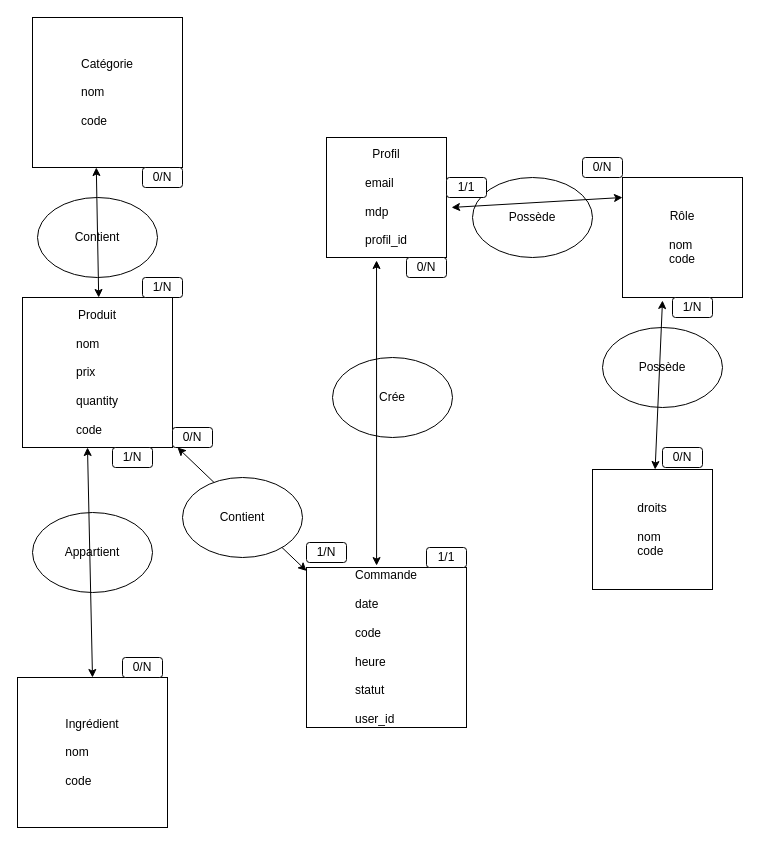
Before: Diagramme sans nom.drawio in EmileHENRY/Draw.io, a draw.io diagram. Source tidied: cells renumbered, new cells numbered last; positions are measured from the earlier drawing's top-left corner, leaving out a move shared by most shapes. Both pictures are drawn from the tidied source at 100%, with x=0, y=0 at pixel (17, 17).
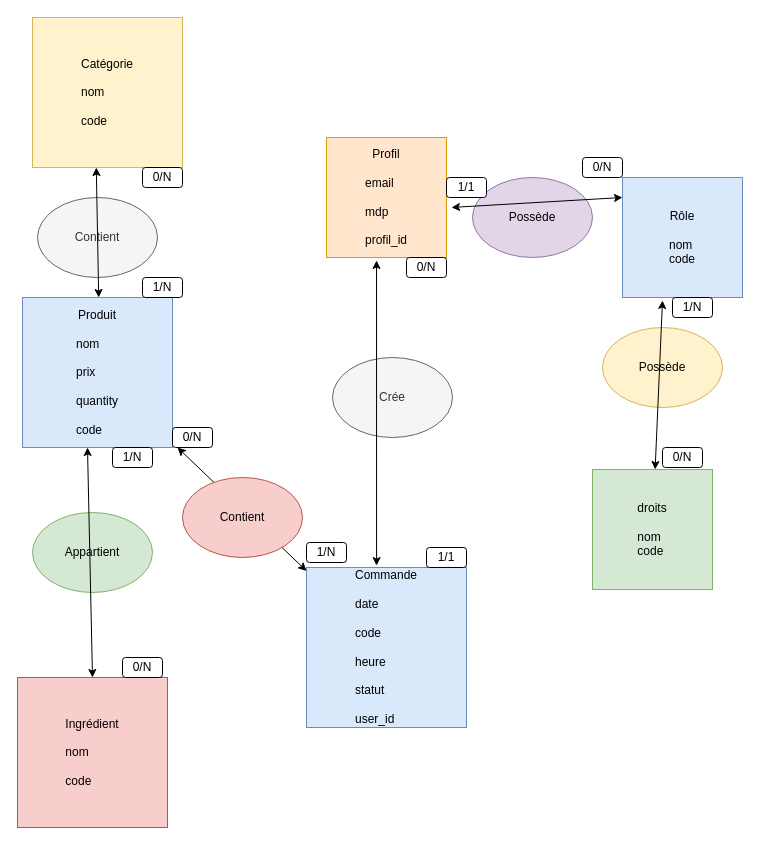
After the change.

Commit message:
Mettre à jour Diagramme MLD s07e07.drawio

What changed in the source:
```diff
@@
-    <mxCell id="2" value="Profil&lt;br&gt;&lt;br&gt;&lt;div style=&quot;text-align: justify;&quot;&gt;&lt;span style=&quot;background-color: initial;&quot;&gt;email&lt;/span&gt;&lt;/div&gt;&lt;div style=&quot;text-align: justify;&quot;&gt;&lt;br&gt;&lt;/div&gt;&lt;div style=&quot;text-align: justify;&quot;&gt;&lt;span style=&quot;background-color: initial;&quot;&gt;mdp&lt;/span&gt;&lt;/div&gt;&lt;div style=&quot;text-align: justify;&quot;&gt;&lt;br&gt;&lt;/div&gt;&lt;div style=&quot;text-align: justify;&quot;&gt;&lt;span style=&quot;background-color: initial;&quot;&gt;profil_id&lt;/span&gt;&lt;/div&gt;" style="whiteSpace=wrap;html=1;" parent="1" vertex="1">
+    <mxCell id="2" value="Profil&lt;br&gt;&lt;br&gt;&lt;div style=&quot;text-align: justify;&quot;&gt;&lt;span style=&quot;background-color: initial;&quot;&gt;email&lt;/span&gt;&lt;/div&gt;&lt;div style=&quot;text-align: justify;&quot;&gt;&lt;br&gt;&lt;/div&gt;&lt;div style=&quot;text-align: justify;&quot;&gt;&lt;span style=&quot;background-color: initial;&quot;&gt;mdp&lt;/span&gt;&lt;/div&gt;&lt;div style=&quot;text-align: justify;&quot;&gt;&lt;br&gt;&lt;/div&gt;&lt;div style=&quot;text-align: justify;&quot;&gt;&lt;span style=&quot;background-color: initial;&quot;&gt;profil_id&lt;/span&gt;&lt;/div&gt;" style="whiteSpace=wrap;html=1;fillColor=#ffe6cc;strokeColor=#d79b00;" parent="1" vertex="1">
       <mxGeometry x="309" y="120" width="120" height="120" as="geometry" />
     </mxCell>
-    <mxCell id="3" value="Rôle&lt;br&gt;&lt;div style=&quot;text-align: justify;&quot;&gt;&lt;br&gt;&lt;/div&gt;&lt;div style=&quot;text-align: justify;&quot;&gt;nom&lt;/div&gt;&lt;div style=&quot;text-align: justify;&quot;&gt;code&lt;/div&gt;" style="whiteSpace=wrap;html=1;" parent="1" vertex="1">
+    <mxCell id="3" value="Rôle&lt;br&gt;&lt;div style=&quot;text-align: justify;&quot;&gt;&lt;br&gt;&lt;/div&gt;&lt;div style=&quot;text-align: justify;&quot;&gt;nom&lt;/div&gt;&lt;div style=&quot;text-align: justify;&quot;&gt;code&lt;/div&gt;" style="whiteSpace=wrap;html=1;fillColor=#dae8fc;strokeColor=#6c8ebf;" parent="1" vertex="1">
       <mxGeometry x="605" y="160" width="120" height="120" as="geometry" />
     </mxCell>
-    <mxCell id="4" value="droits&lt;br&gt;&lt;div style=&quot;text-align: justify;&quot;&gt;&lt;br&gt;&lt;/div&gt;&lt;div style=&quot;text-align: justify;&quot;&gt;nom&lt;/div&gt;&lt;div style=&quot;text-align: justify;&quot;&gt;code&lt;/div&gt;" style="whiteSpace=wrap;html=1;" parent="1" vertex="1">
+    <mxCell id="4" value="droits&lt;br&gt;&lt;div style=&quot;text-align: justify;&quot;&gt;&lt;br&gt;&lt;/div&gt;&lt;div style=&quot;text-align: justify;&quot;&gt;nom&lt;/div&gt;&lt;div style=&quot;text-align: justify;&quot;&gt;code&lt;/div&gt;" style="whiteSpace=wrap;html=1;fillColor=#d5e8d4;strokeColor=#82b366;" parent="1" vertex="1">
       <mxGeometry x="575" y="452" width="120" height="120" as="geometry" />
     </mxCell>
-    <mxCell id="5" value="Commande&lt;br&gt;&lt;br&gt;&lt;div style=&quot;text-align: justify;&quot;&gt;date&lt;/div&gt;&lt;div style=&quot;text-align: justify;&quot;&gt;&lt;br&gt;&lt;/div&gt;&lt;div style=&quot;text-align: justify;&quot;&gt;code&lt;/div&gt;&lt;div style=&quot;text-align: justify;&quot;&gt;&lt;br&gt;&lt;/div&gt;&lt;div style=&quot;text-align: justify;&quot;&gt;heure&lt;/div&gt;&lt;div style=&quot;text-align: justify;&quot;&gt;&lt;br&gt;&lt;/div&gt;&lt;div style=&quot;text-align: justify;&quot;&gt;statut&lt;/div&gt;&lt;div style=&quot;text-align: justify;&quot;&gt;&lt;br&gt;&lt;/div&gt;&lt;div style=&quot;text-align: justify;&quot;&gt;user_id&lt;/div&gt;" style="whiteSpace=wrap;html=1;" parent="1" vertex="1">
+    <mxCell id="5" value="Commande&lt;br&gt;&lt;br&gt;&lt;div style=&quot;text-align: justify;&quot;&gt;date&lt;/div&gt;&lt;div style=&quot;text-align: justify;&quot;&gt;&lt;br&gt;&lt;/div&gt;&lt;div style=&quot;text-align: justify;&quot;&gt;code&lt;/div&gt;&lt;div style=&quot;text-align: justify;&quot;&gt;&lt;br&gt;&lt;/div&gt;&lt;div style=&quot;text-align: justify;&quot;&gt;heure&lt;/div&gt;&lt;div style=&quot;text-align: justify;&quot;&gt;&lt;br&gt;&lt;/div&gt;&lt;div style=&quot;text-align: justify;&quot;&gt;statut&lt;/div&gt;&lt;div style=&quot;text-align: justify;&quot;&gt;&lt;br&gt;&lt;/div&gt;&lt;div style=&quot;text-align: justify;&quot;&gt;user_id&lt;/div&gt;" style="whiteSpace=wrap;html=1;fillColor=#dae8fc;strokeColor=#6c8ebf;" parent="1" vertex="1">
       <mxGeometry x="289" y="550" width="160" height="160" as="geometry" />
     </mxCell>
-    <mxCell id="6" value="Produit&lt;br&gt;&lt;div style=&quot;text-align: justify;&quot;&gt;&lt;br&gt;&lt;/div&gt;&lt;div style=&quot;text-align: justify;&quot;&gt;nom&lt;/div&gt;&lt;div style=&quot;text-align: justify;&quot;&gt;&lt;br&gt;&lt;/div&gt;&lt;div style=&quot;text-align: justify;&quot;&gt;prix&lt;/div&gt;&lt;div style=&quot;text-align: justify;&quot;&gt;&lt;br&gt;&lt;/div&gt;&lt;div style=&quot;text-align: justify;&quot;&gt;quantity&lt;/div&gt;&lt;div style=&quot;text-align: justify;&quot;&gt;&lt;br&gt;&lt;/div&gt;&lt;div style=&quot;text-align: justify;&quot;&gt;code&lt;/div&gt;" style="whiteSpace=wrap;html=1;" parent="1" vertex="1">
+    <mxCell id="6" value="Produit&lt;br&gt;&lt;div style=&quot;text-align: justify;&quot;&gt;&lt;br&gt;&lt;/div&gt;&lt;div style=&quot;text-align: justify;&quot;&gt;nom&lt;/div&gt;&lt;div style=&quot;text-align: justify;&quot;&gt;&lt;br&gt;&lt;/div&gt;&lt;div style=&quot;text-align: justify;&quot;&gt;prix&lt;/div&gt;&lt;div style=&quot;text-align: justify;&quot;&gt;&lt;br&gt;&lt;/div&gt;&lt;div style=&quot;text-align: justify;&quot;&gt;quantity&lt;/div&gt;&lt;div style=&quot;text-align: justify;&quot;&gt;&lt;br&gt;&lt;/div&gt;&lt;div style=&quot;text-align: justify;&quot;&gt;code&lt;/div&gt;" style="whiteSpace=wrap;html=1;fillColor=#dae8fc;strokeColor=#6c8ebf;" parent="1" vertex="1">
       <mxGeometry x="5" y="280" width="150" height="150" as="geometry" />
     </mxCell>
-    <mxCell id="7" value="Ingrédient&lt;br&gt;&lt;div style=&quot;text-align: justify;&quot;&gt;&lt;br&gt;&lt;/div&gt;&lt;div style=&quot;text-align: justify;&quot;&gt;nom&lt;/div&gt;&lt;div style=&quot;text-align: justify;&quot;&gt;&lt;br&gt;&lt;/div&gt;&lt;div style=&quot;text-align: justify;&quot;&gt;code&lt;/div&gt;" style="whiteSpace=wrap;html=1;" parent="1" vertex="1">
+    <mxCell id="7" value="Ingrédient&lt;br&gt;&lt;div style=&quot;text-align: justify;&quot;&gt;&lt;br&gt;&lt;/div&gt;&lt;div style=&quot;text-align: justify;&quot;&gt;nom&lt;/div&gt;&lt;div style=&quot;text-align: justify;&quot;&gt;&lt;br&gt;&lt;/div&gt;&lt;div style=&quot;text-align: justify;&quot;&gt;code&lt;/div&gt;" style="whiteSpace=wrap;html=1;fillColor=#f8cecc;strokeColor=#b85450;" parent="1" vertex="1">
       <mxGeometry y="660" width="150" height="150" as="geometry" />
     </mxCell>
-    <mxCell id="8" value="Catégorie&lt;br&gt;&lt;div style=&quot;text-align: justify;&quot;&gt;&lt;br&gt;&lt;/div&gt;&lt;div style=&quot;text-align: justify;&quot;&gt;nom&lt;/div&gt;&lt;div style=&quot;text-align: justify;&quot;&gt;&lt;br&gt;&lt;/div&gt;&lt;div style=&quot;text-align: justify;&quot;&gt;code&lt;/div&gt;" style="whiteSpace=wrap;html=1;" parent="1" vertex="1">
+    <mxCell id="8" value="Catégorie&lt;br&gt;&lt;div style=&quot;text-align: justify;&quot;&gt;&lt;br&gt;&lt;/div&gt;&lt;div style=&quot;text-align: justify;&quot;&gt;nom&lt;/div&gt;&lt;div style=&quot;text-align: justify;&quot;&gt;&lt;br&gt;&lt;/div&gt;&lt;div style=&quot;text-align: justify;&quot;&gt;code&lt;/div&gt;" style="whiteSpace=wrap;html=1;fillColor=#fff2cc;strokeColor=#d6b656;" parent="1" vertex="1">
       <mxGeometry x="15" width="150" height="150" as="geometry" />
     </mxCell>
-    <mxCell id="9" value="Crée" style="ellipse;whiteSpace=wrap;html=1;" parent="1" vertex="1">
+    <mxCell id="9" value="Crée" style="ellipse;whiteSpace=wrap;html=1;fillColor=#f5f5f5;fontColor=#333333;strokeColor=#666666;" parent="1" vertex="1">
       <mxGeometry x="315" y="340" width="120" height="80" as="geometry" />
     </mxCell>
-    <mxCell id="10" value="Appartient" style="ellipse;whiteSpace=wrap;html=1;" parent="1" vertex="1">
+    <mxCell id="10" value="Appartient" style="ellipse;whiteSpace=wrap;html=1;fillColor=#d5e8d4;strokeColor=#82b366;" parent="1" vertex="1">
       <mxGeometry x="15" y="495" width="120" height="80" as="geometry" />
     </mxCell>
-    <mxCell id="11" value="Contient" style="ellipse;whiteSpace=wrap;html=1;" parent="1" vertex="1">
+    <mxCell id="11" value="Contient" style="ellipse;whiteSpace=wrap;html=1;fillColor=#f5f5f5;fontColor=#333333;strokeColor=#666666;" parent="1" vertex="1">
       <mxGeometry x="20" y="180" width="120" height="80" as="geometry" />
     </mxCell>
-    <mxCell id="12" value="Possède" style="ellipse;whiteSpace=wrap;html=1;" parent="1" vertex="1">
+    <mxCell id="12" value="Possède" style="ellipse;whiteSpace=wrap;html=1;fillColor=#e1d5e7;strokeColor=#9673a6;" parent="1" vertex="1">
       <mxGeometry x="455" y="160" width="120" height="80" as="geometry" />
     </mxCell>
-    <mxCell id="13" value="Possède" style="ellipse;whiteSpace=wrap;html=1;" parent="1" vertex="1">
+    <mxCell id="13" value="Possède" style="ellipse;whiteSpace=wrap;html=1;fillColor=#fff2cc;strokeColor=#d6b656;" parent="1" vertex="1">
       <mxGeometry x="585" y="310" width="120" height="80" as="geometry" />
     </mxCell>
@@
-    <mxCell id="15" value="Contient" style="ellipse;whiteSpace=wrap;html=1;" parent="1" vertex="1">
+    <mxCell id="15" value="Contient" style="ellipse;whiteSpace=wrap;html=1;fillColor=#f8cecc;strokeColor=#b85450;" parent="1" vertex="1">
       <mxGeometry x="165" y="460" width="120" height="80" as="geometry" />
     </mxCell>
```
